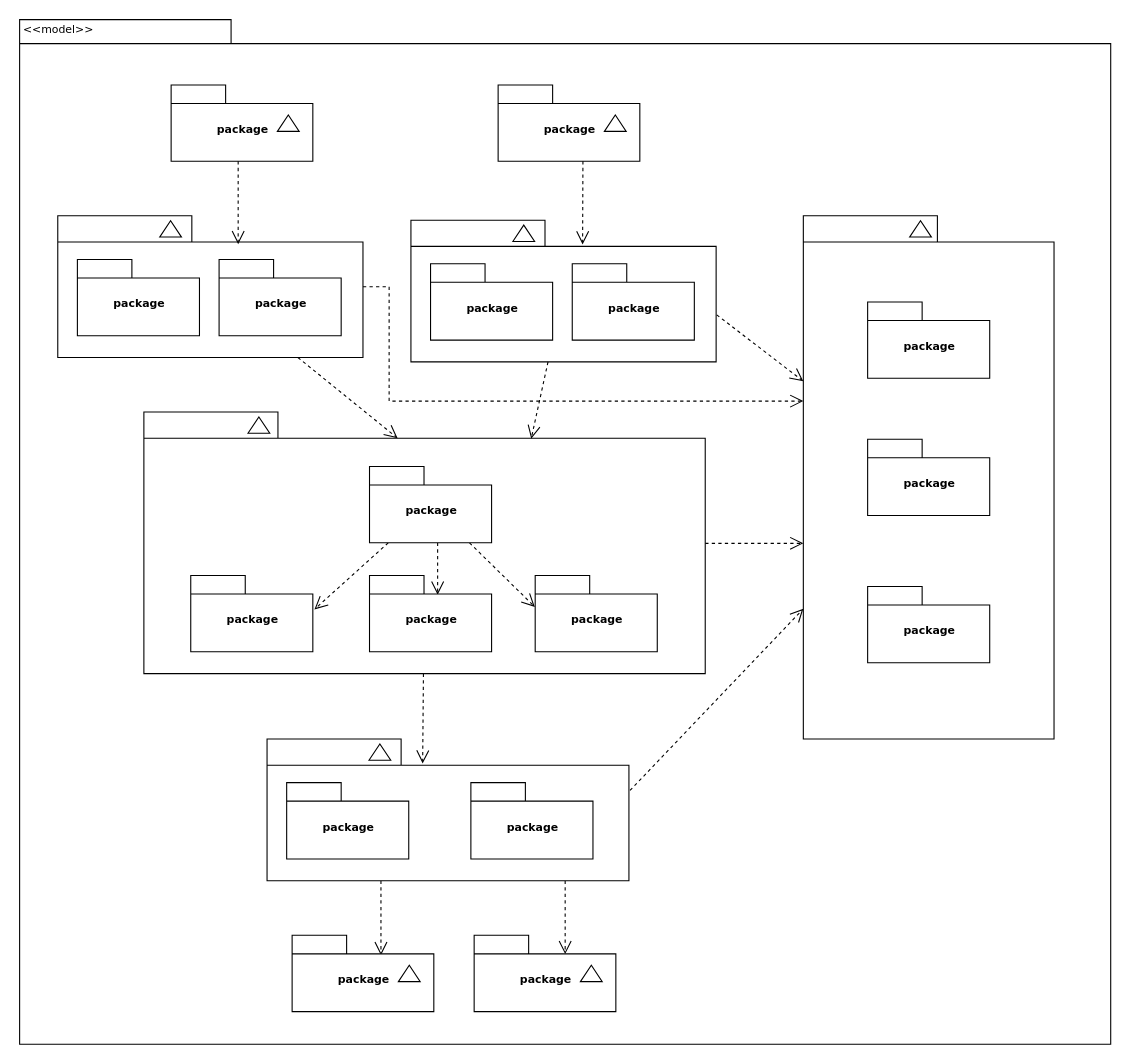
Above: 未命名绘图.drawio in mxchan/draw-io (draw.io), before the change. Source tidied: cells renumbered, new cells numbered last; positions are measured from the earlier drawing's top-left corner, leaving out a move shared by most shapes. Both pictures are drawn from the tidied source at 109%, with x=0, y=0 at pixel (19, 19).
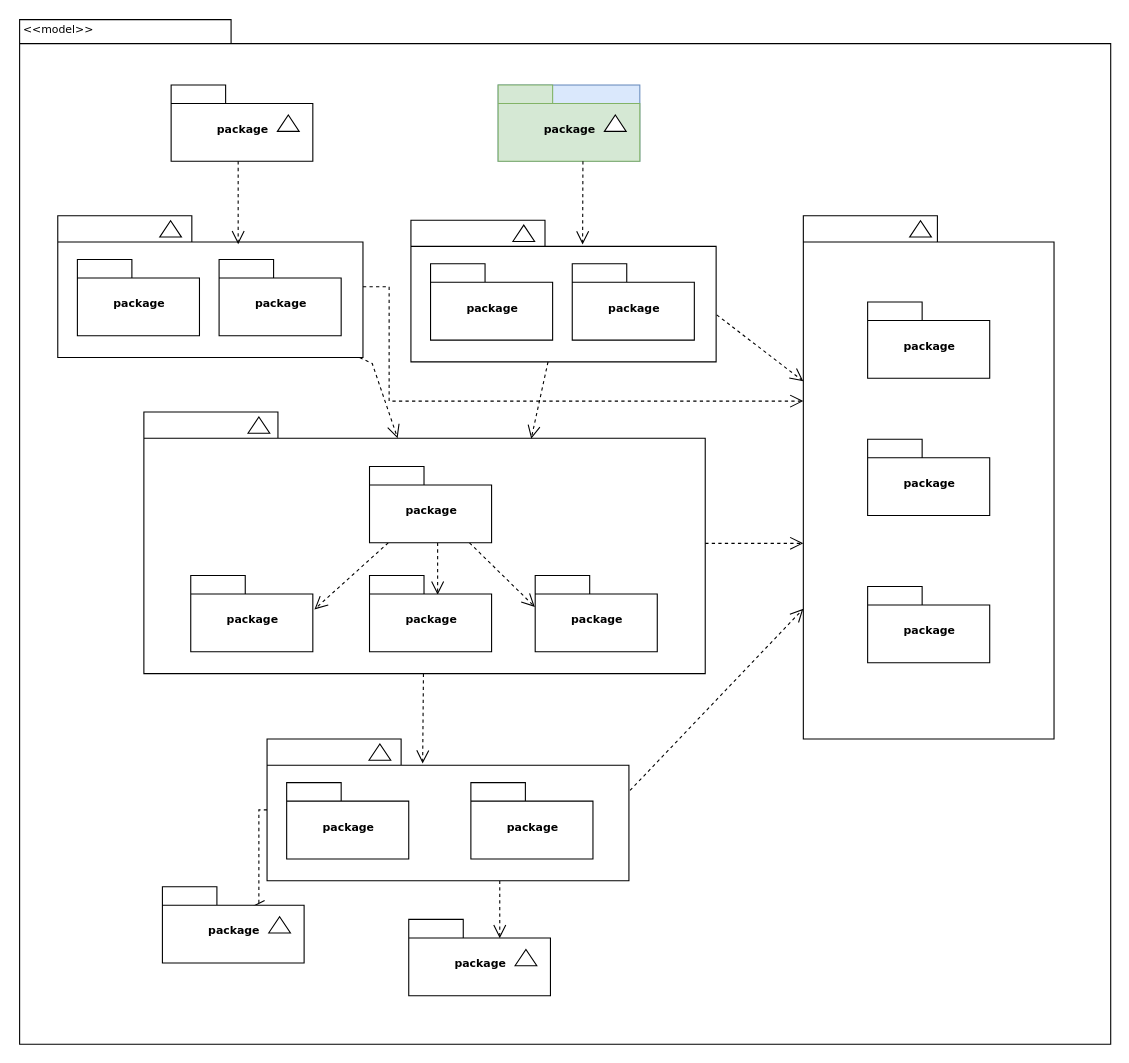
Above is the later version.

Commit message:
更新未命名绘图.drawio

The change refers to these unchanged cells:
```xml
<mxCell id="10" style="shape=folder;fontStyle=1;spacingTop=10;tabWidth=123;tabHeight=24;tabPosition=left;html=1;rounded=0;shadow=0;comic=0;labelBackgroundColor=none;strokeWidth=1;fontFamily=Verdana;fontSize=10;align=center;" parent="9" vertex="1">
  <mxGeometry width="280" height="130" as="geometry" />
</mxCell>
<mxCell id="28" style="shape=folder;fontStyle=1;spacingTop=10;tabWidth=123;tabHeight=24;tabPosition=left;html=1;rounded=0;shadow=0;comic=0;labelBackgroundColor=none;strokeColor=#000000;strokeWidth=1;fillColor=#ffffff;fontFamily=Verdana;fontSize=10;fontColor=#000000;align=center;" parent="1" vertex="1">
  <mxGeometry x="114.5" y="360.5" width="515" height="240" as="geometry" />
</mxCell>
```

Change to the diagram source:
```diff
@@
-    <mxCell id="6" style="group;" parent="1" vertex="1">
+    <mxCell id="6" style="group;fillColor=#dae8fc;strokeColor=#6c8ebf;" parent="1" vertex="1">
       <mxGeometry x="439.5" y="60.5" width="130" height="70" as="geometry" />
     </mxCell>
-    <mxCell id="7" value="package" style="shape=folder;fontStyle=1;spacingTop=10;tabWidth=50;tabHeight=17;tabPosition=left;html=1;rounded=0;shadow=0;comic=0;labelBackgroundColor=none;strokeWidth=1;fontFamily=Verdana;fontSize=10;align=center;" parent="6" vertex="1">
+    <mxCell id="7" value="package" style="shape=folder;fontStyle=1;spacingTop=10;tabWidth=50;tabHeight=17;tabPosition=left;html=1;rounded=0;shadow=0;comic=0;labelBackgroundColor=none;strokeWidth=1;fontFamily=Verdana;fontSize=10;align=center;fillColor=#d5e8d4;strokeColor=#82b366;" parent="6" vertex="1">
       <mxGeometry width="130" height="70" as="geometry" />
     </mxCell>
@@
     <mxCell id="44" style="group;" parent="1" vertex="1">
-      <mxGeometry x="250.5" y="840.6" width="130" height="70" as="geometry" />
+      <mxGeometry x="131.5" y="796" width="130" height="70" as="geometry" />
     </mxCell>
@@
     <mxCell id="47" style="group;" parent="1" vertex="1">
-      <mxGeometry x="417.5" y="840.6" width="130" height="70" as="geometry" />
+      <mxGeometry x="357.5" y="826" width="130" height="70" as="geometry" />
     </mxCell>
@@
     <mxCell id="52" style="rounded=0;html=1;entryX=0.452;entryY=0.1;entryPerimeter=0;dashed=1;labelBackgroundColor=none;startFill=0;endArrow=open;endFill=0;endSize=10;fontFamily=Verdana;fontSize=10;" parent="1" edge="1" source="10" target="28">
-      <mxGeometry relative="1" as="geometry" />
+      <mxGeometry relative="1" as="geometry">
+        <Array as="points">
+          <mxPoint x="324" y="316" />
+        </Array>
+      </mxGeometry>
     </mxCell>
```
